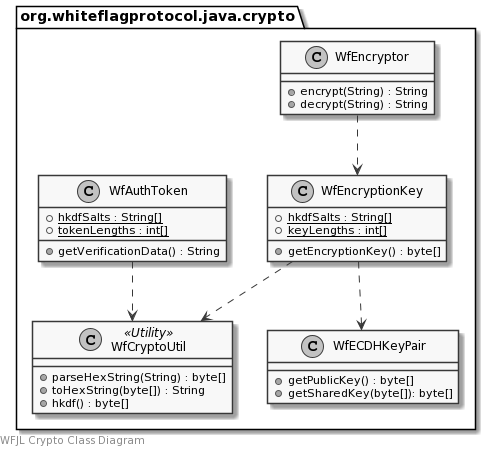
This is docs/uml/crypto.png from WhiteflagProtocol/whiteflag-java, a PlantUML export, as it was before one commit.
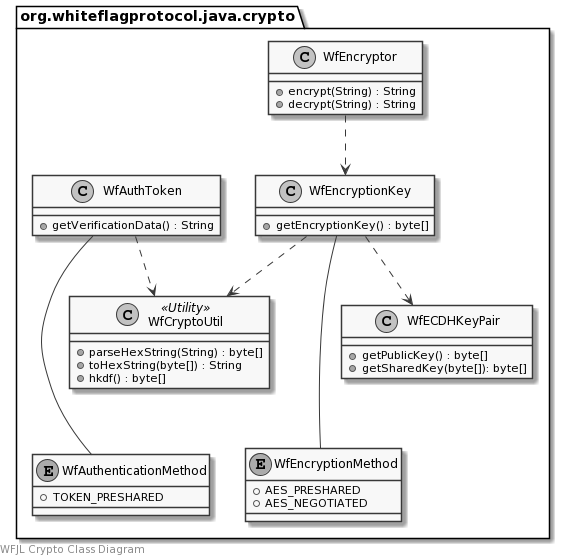
The same diagram one commit later.

What changed in the source:
```diff
@@ -8,14 +8,17 @@
         +encrypt(String) : String
         +decrypt(String) : String
     }
+    enum WfAuthenticationMethod {
+        +TOKEN_PRESHARED
+    }
     class WfAuthToken {
-        {static} +hkdfSalts : String[]
-        {static} +tokenLengths : int[]
         +getVerificationData() : String
     }
+    enum WfEncryptionMethod {
+        +AES_PRESHARED
+        +AES_NEGOTIATED
+    }
     class WfEncryptionKey {
-        {static} +hkdfSalts : String[]
-        {static} +keyLengths : int[]
         +getEncryptionKey() : byte[]
     }
     class WfECDHKeyPair {
@@ -29,8 +32,10 @@
     }
 }
 
-WfAuthToken ..> WfCryptoUtil
+WfEncryptor ..> WfEncryptionKey
+WfEncryptionKey --- WfEncryptionMethod
+WfAuthToken --- WfAuthenticationMethod
 WfEncryptionKey ..> WfCryptoUtil
 WfEncryptionKey ..> WfECDHKeyPair
-WfEncryptor ..> WfEncryptionKey
+WfAuthToken ..> WfCryptoUtil
 @enduml
```
